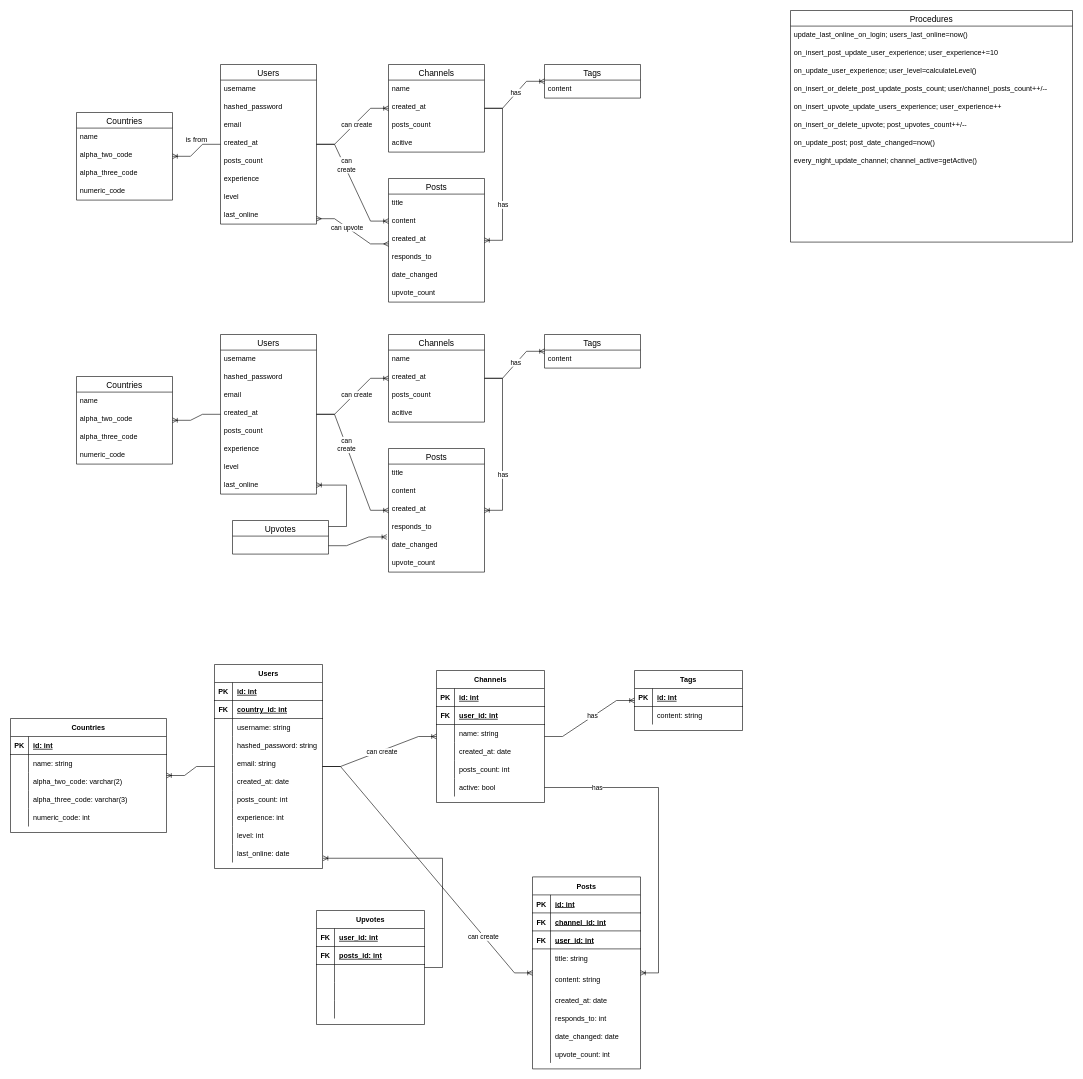
The draw.io diagram Mandatory1.drawio in maxmeldal/db-eksamen, before the edit. Source tidied: cells renumbered, new cells numbered last; positions are measured from the earlier drawing's top-left corner, leaving out a move shared by most shapes. Both pictures are drawn from the tidied source at 60%, with x=0, y=0 at pixel (10, 10).
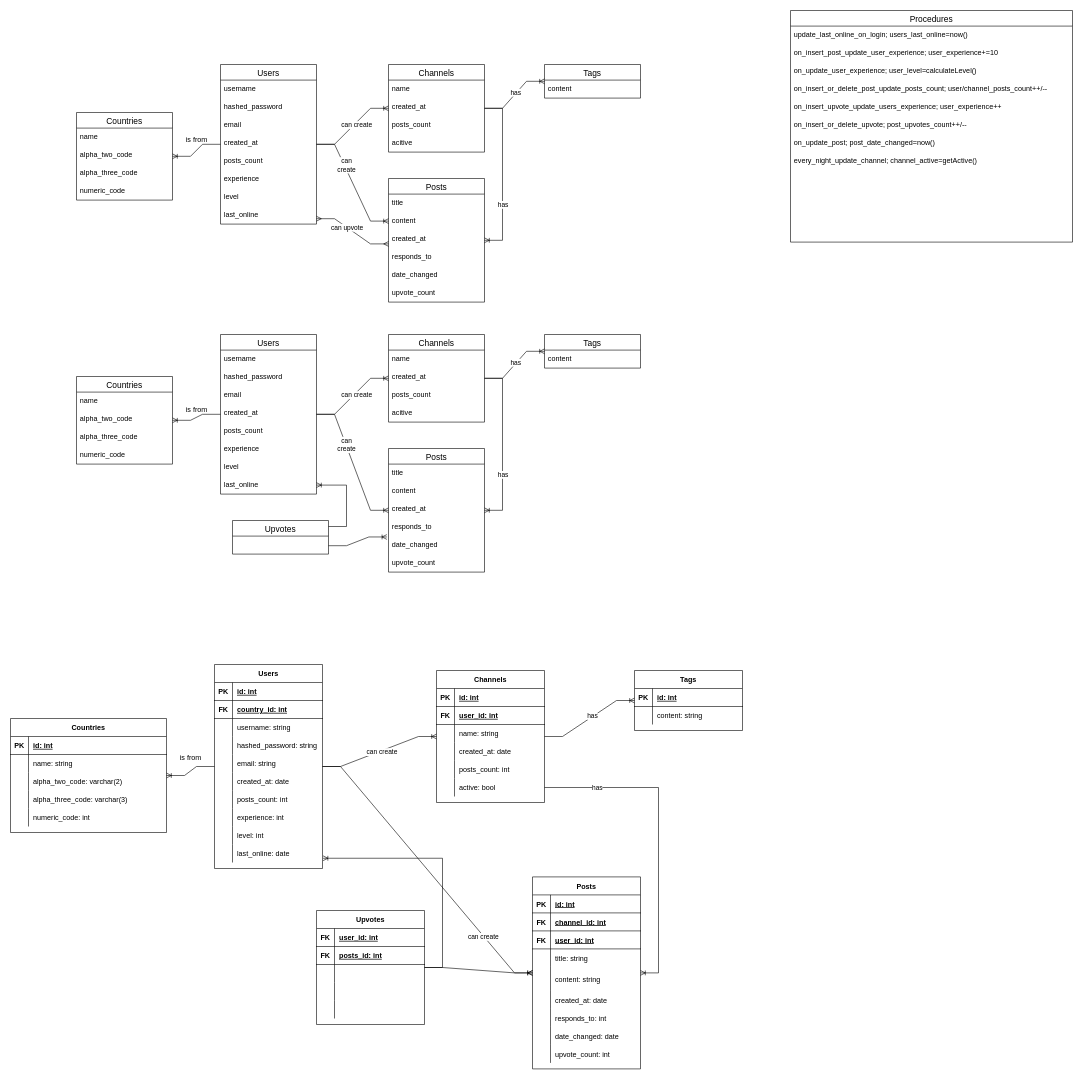
The same page after the edit.

The change refers to these unchanged cells:
```xml
<mxCell id="126" value="Upvotes" style="shape=table;startSize=30;childLayout=tableLayout;rowLines=0;fontStyle=1;align=center;" parent="1" vertex="1">
  <mxGeometry x="510" y="1500" width="180" height="190" as="geometry" />
</mxCell>
<mxCell id="142" value="Posts" style="shape=table;startSize=30;childLayout=tableLayout;rowLines=0;fontStyle=1;align=center;" parent="1" vertex="1">
  <mxGeometry x="870" y="1444" width="180" height="320" as="geometry" />
</mxCell>
```

The edit, as a diff of the source:
```diff
@@
+    <mxCell id="222" style="edgeStyle=entityRelationEdgeStyle;fontSize=12;html=1;endArrow=ERoneToMany;rounded=0;" parent="1" edge="1" source="126" target="142">
+      <mxGeometry relative="1" as="geometry" />
+    </mxCell>
+    <mxCell id="223" value="is from" style="text;html=1;align=center;verticalAlign=middle;strokeColor=none;fillColor=none;" parent="1" vertex="1">
+      <mxGeometry x="280" y="650" width="60" height="30" as="geometry" />
+    </mxCell>
+    <mxCell id="224" value="is from" style="text;html=1;align=center;verticalAlign=middle;strokeColor=none;fillColor=none;" parent="1" vertex="1">
+      <mxGeometry x="270" y="1230" width="60" height="30" as="geometry" />
+    </mxCell>
```
